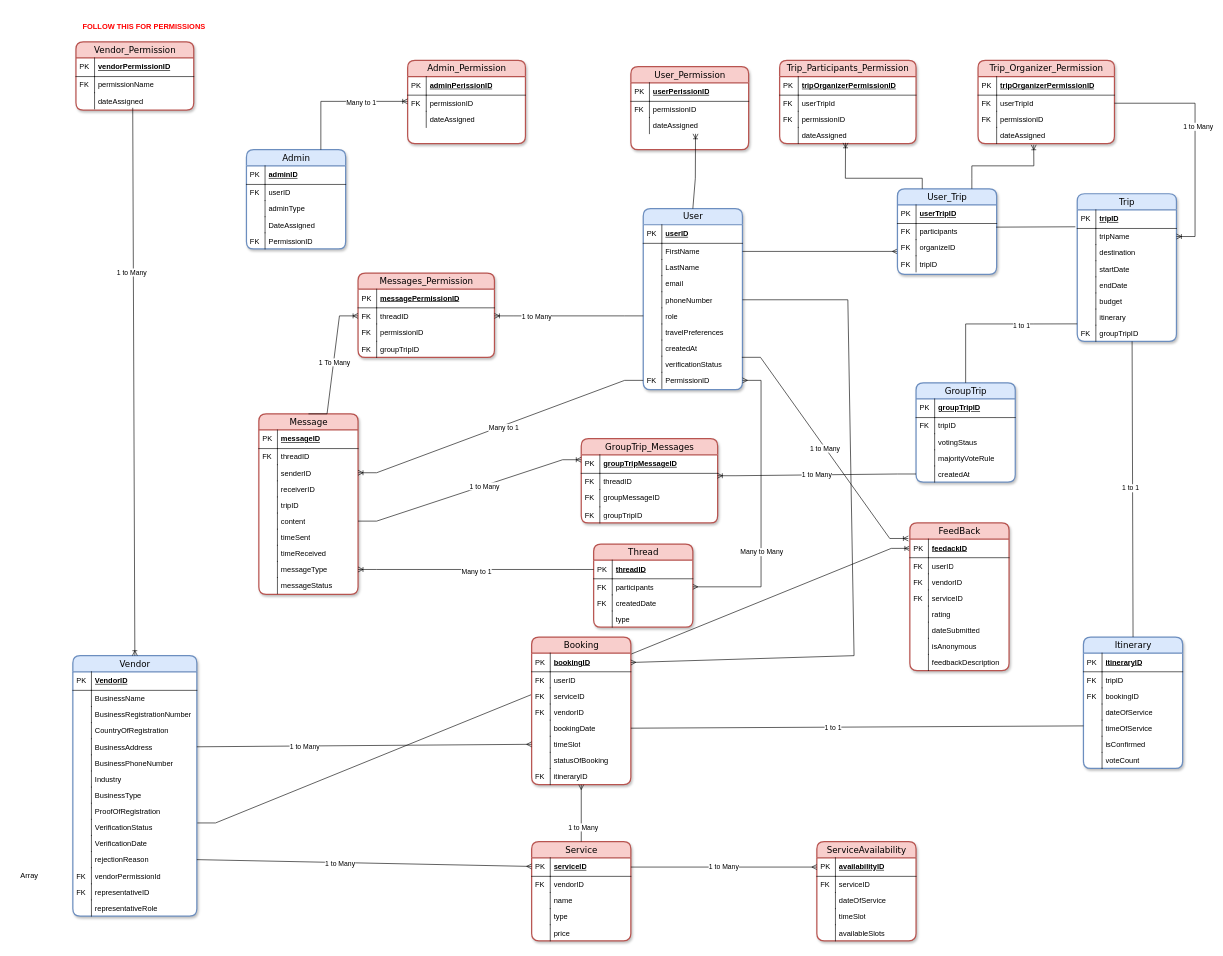
Above: SprintCycles/ERDiagram.drawio in AlaishAJohnson/VoyageSyncCapstone (draw.io), before the change. Source tidied: cells renumbered, new cells numbered last; positions are measured from the earlier drawing's top-left corner, leaving out a move shared by most shapes. Both pictures are drawn from the tidied source at 62%, with x=0, y=0 at pixel (11, 4).
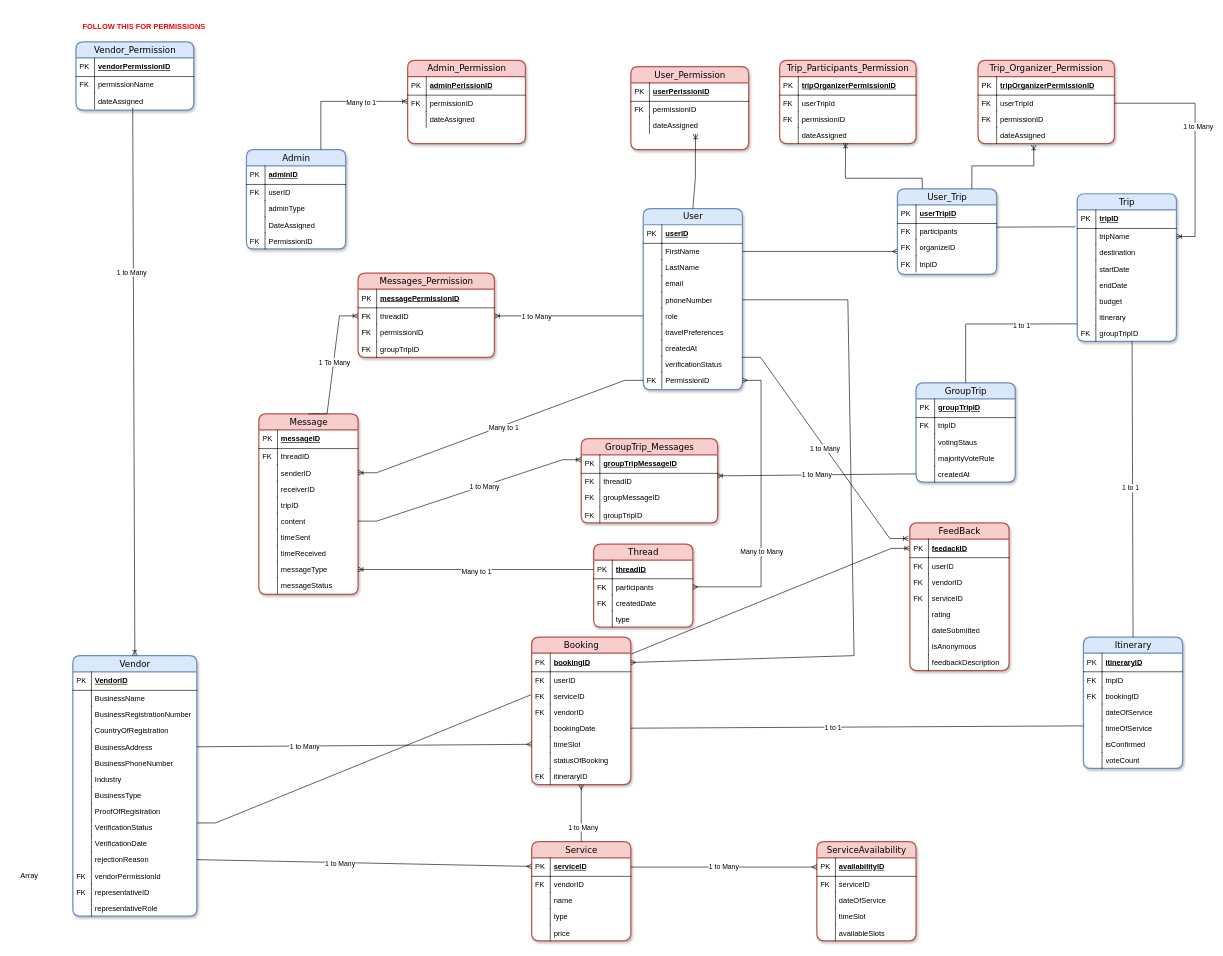
The same diagram, later.

The edit, as a diff of the source:
```diff
@@
-    <mxCell id="211" value="Vendor_Permission" style="swimlane;html=1;fontStyle=0;horizontal=1;startSize=26;fillColor=#f8cecc;swimlaneFillColor=#ffffff;align=center;rounded=1;shadow=1;comic=0;labelBackgroundColor=none;strokeWidth=2;fontFamily=Verdana;fontSize=14;strokeColor=#b85450;" parent="1" vertex="1">
+    <mxCell id="211" value="Vendor_Permission" style="swimlane;html=1;fontStyle=0;horizontal=1;startSize=26;fillColor=#dae8fc;swimlaneFillColor=#ffffff;align=center;rounded=1;shadow=1;comic=0;labelBackgroundColor=none;strokeWidth=2;fontFamily=Verdana;fontSize=14;strokeColor=#6c8ebf;" parent="1" vertex="1">
       <mxGeometry x="105" y="60" width="190" height="110" as="geometry" />
     </mxCell>
```
